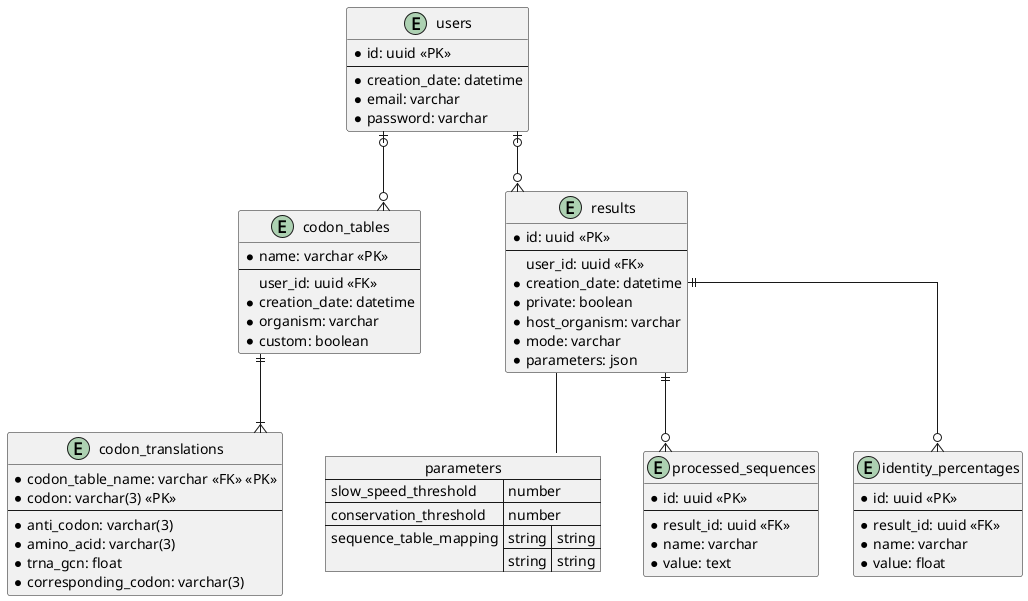
The PlantUML diagram db_schema.png in tbonnabaud/expressinhost_web, before a commit.
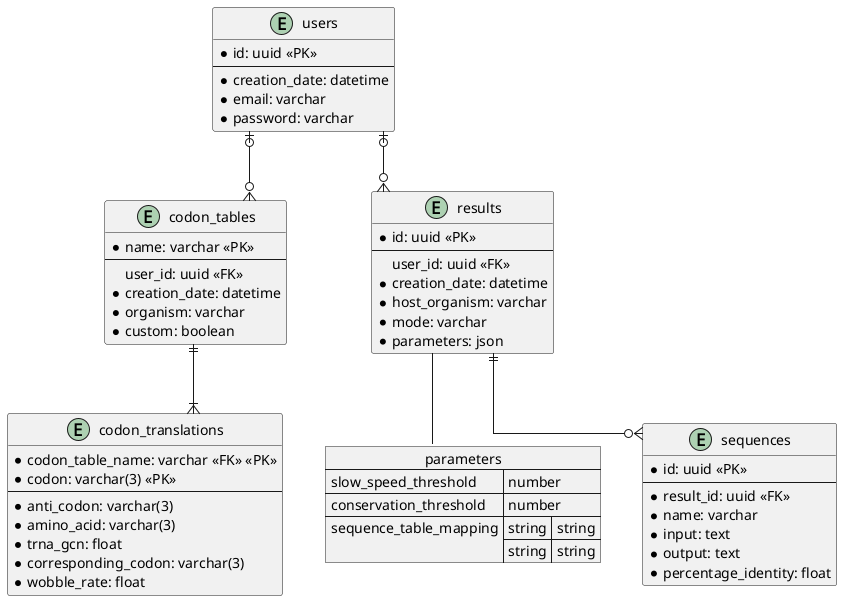
The same diagram one commit later.

Commit message:
Merge processed_sequences and identity_percentages into sequences table

What changed in the source:
```diff
@@ -26,6 +26,7 @@
     * amino_acid: varchar(3)
     * trna_gcn: float
     * corresponding_codon: varchar(3)
+    * wobble_rate: float
 }
 
 entity results {
@@ -33,7 +34,6 @@
     --
     user_id: uuid <<FK>>
     * creation_date: datetime
-    * private: boolean
     * host_organism: varchar
     * mode: varchar
     * parameters: json
@@ -48,26 +48,19 @@
     }
 }
 
-entity processed_sequences {
+entity sequences {
     * id: uuid <<PK>>
     --
     * result_id: uuid <<FK>>
     * name: varchar
-    * value: text
-}
-
-entity identity_percentages {
-    * id: uuid <<PK>>
-    --
-    * result_id: uuid <<FK>>
-    * name: varchar
-    * value: float
+    * input: text
+    * output: text
+    * percentage_identity: float
 }
 
 users |o--o{ results
 users |o--o{ codon_tables
-results ||--o{ processed_sequences
-results ||--o{ identity_percentages
+results ||--o{ sequences
 results -- parameters
 codon_tables ||--|{ codon_translations
 @enduml
```
